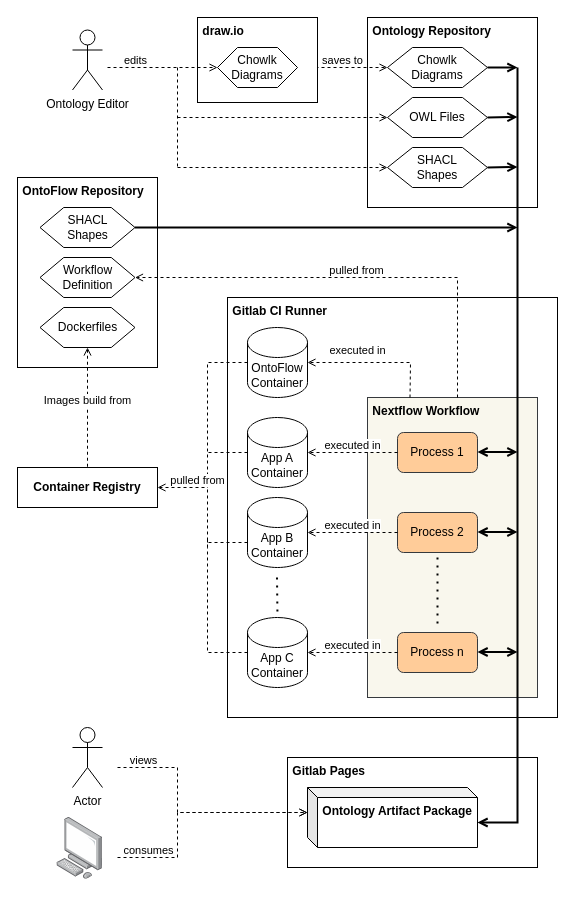
Above: architecture.drawio in BonaBeavis/ontoflow-paper (draw.io), before the change. Source tidied: cells renumbered, new cells numbered last; positions are measured from the earlier drawing's top-left corner, leaving out a move shared by most shapes. Both pictures are drawn from the tidied source at 100%, with x=0, y=0 at pixel (17, 17).
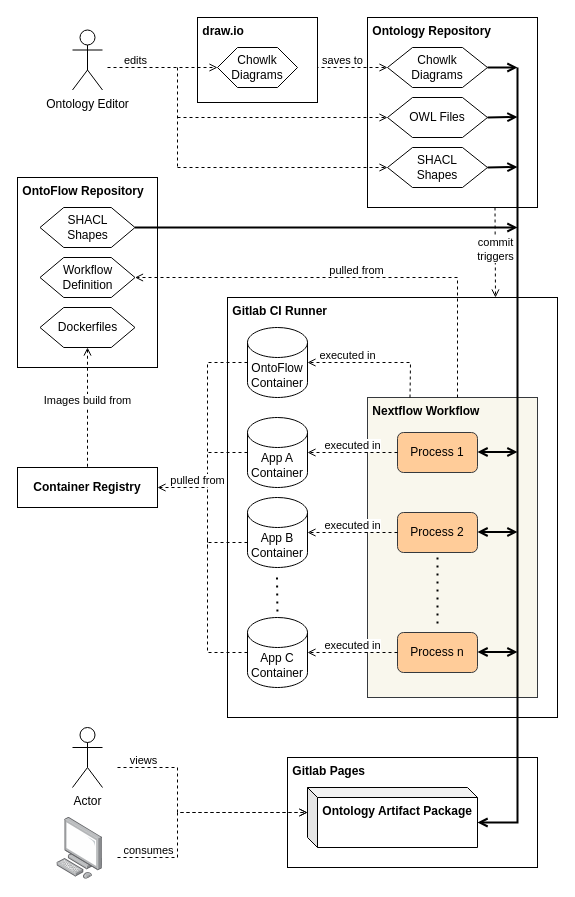
The same page after the edit.

Unchanged cells that the change refers to:
```xml
<mxCell id="4" value="&amp;nbsp;Nextflow Workflow" style="rounded=0;whiteSpace=wrap;html=1;horizontal=1;verticalAlign=top;align=left;fillColor=#f9f7ed;strokeColor=#36393d;fontStyle=1;" parent="1" vertex="1">
  <mxGeometry x="350" y="380" width="170" height="300" as="geometry" />
</mxCell>
<mxCell id="16" value="OntoFlow Container" style="shape=cylinder3;whiteSpace=wrap;html=1;boundedLbl=1;backgroundOutline=1;size=15;" parent="1" vertex="1">
  <mxGeometry x="230" y="310" width="60" height="70" as="geometry" />
</mxCell>
<mxCell id="19" value="&amp;nbsp;Ontology Repository" style="rounded=0;whiteSpace=wrap;html=1;align=left;verticalAlign=top;fontStyle=1;" parent="1" vertex="1">
  <mxGeometry x="350" width="170" height="190" as="geometry" />
</mxCell>
```

Diff of the diagram source:
```diff
@@
     <mxCell id="48" value="executed in" style="endArrow=open;html=1;spacingBottom=15;dashed=1;entryX=1;entryY=0.5;entryDx=0;entryDy=0;entryPerimeter=0;endFill=0;exitX=0.25;exitY=0;exitDx=0;exitDy=0;rounded=0;" parent="1" edge="1" source="4" target="16">
-      <mxGeometry x="0.28" y="-5" relative="1" as="geometry">
+      <mxGeometry x="0.42" relative="1" as="geometry">
         <Array as="points">
           <mxPoint x="393" y="345" />
         </Array>
       </mxGeometry>
     </mxCell>
@@
+    <mxCell id="55" value="commit&lt;br&gt;triggers" style="endArrow=open;html=1;spacingBottom=15;dashed=1;endFill=0;exitX=0.75;exitY=1;exitDx=0;exitDy=0;rounded=0;" parent="1" edge="1" source="19">
+      <mxGeometry x="0.11" relative="1" as="geometry">
+        <mxPoint x="478" y="280" as="targetPoint" />
+      </mxGeometry>
+    </mxCell>
```
